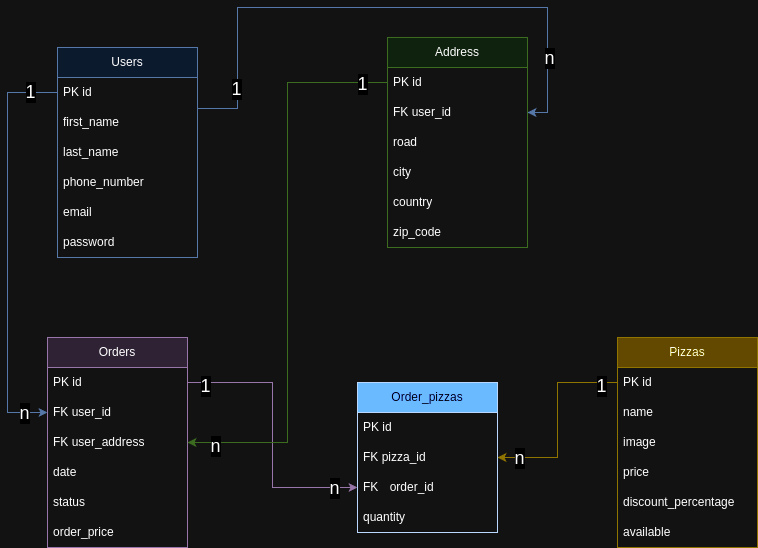
The draw.io diagram .github/db_pizzeria.png in Francescodc92/pizzeria-backend-laravel-11, before a commit. Source tidied: cells renumbered, new cells last; positions are measured from the earlier drawing's top-left corner, leaving out a move shared by most shapes.
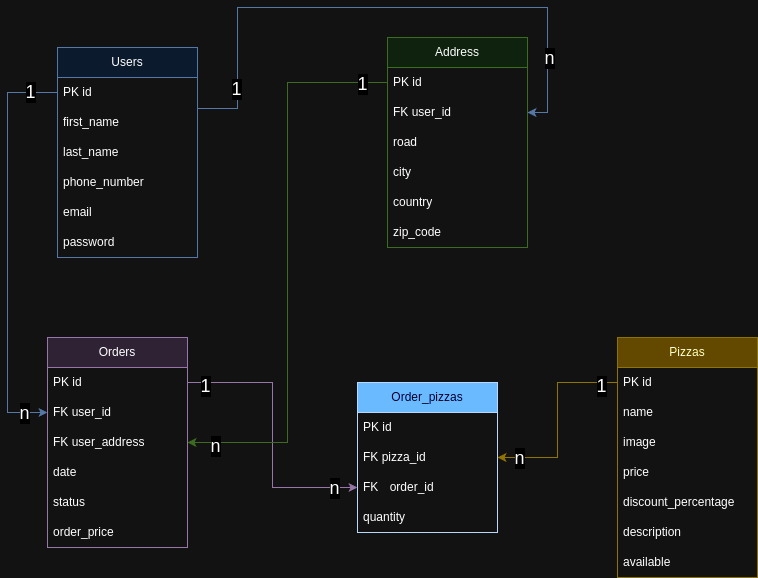
The same file after the commit.

Commit message:
refactor: change visualization show , add required to pizza description and fix general style

Change to the diagram source:
```diff
@@ -115,7 +115,7 @@
       <mxGeometry y="120" width="140" height="30" as="geometry" />
     </mxCell>
     <mxCell id="34" value="Pizzas" style="swimlane;fontStyle=0;horizontal=1;startSize=30;whiteSpace=wrap;html=1;fillColor=#e3c800;strokeColor=#B09500;fontColor=#000000;" parent="1" vertex="1">
-      <mxGeometry x="610" y="330" width="140" height="210" as="geometry" />
+      <mxGeometry x="610" y="330" width="140" height="240" as="geometry" />
     </mxCell>
     <mxCell id="35" value="PK id" style="text;strokeColor=none;fillColor=none;align=left;verticalAlign=middle;spacingLeft=4;spacingRight=4;overflow=hidden;points=[[0,0.5],[1,0.5]];portConstraint=eastwest;whiteSpace=wrap;html=1;" parent="34" vertex="1">
       <mxGeometry y="30" width="140" height="30" as="geometry" />
@@ -132,8 +132,11 @@
     <mxCell id="39" value="discount_percentage" style="text;strokeColor=none;fillColor=none;align=left;verticalAlign=middle;spacingLeft=4;spacingRight=4;overflow=hidden;whiteSpace=wrap;html=1;" parent="34" vertex="1">
       <mxGeometry y="150" width="140" height="30" as="geometry" />
     </mxCell>
+    <mxCell id="50" value="description" style="text;strokeColor=none;fillColor=none;align=left;verticalAlign=middle;spacingLeft=4;spacingRight=4;overflow=hidden;whiteSpace=wrap;html=1;" parent="34" vertex="1">
+      <mxGeometry y="180" width="140" height="30" as="geometry" />
+    </mxCell>
     <mxCell id="40" value="available" style="text;strokeColor=none;fillColor=none;align=left;verticalAlign=middle;spacingLeft=4;spacingRight=4;overflow=hidden;whiteSpace=wrap;html=1;" parent="34" vertex="1">
-      <mxGeometry y="180" width="140" height="30" as="geometry" />
+      <mxGeometry y="210" width="140" height="30" as="geometry" />
     </mxCell>
     <mxCell id="41" style="edgeStyle=orthogonalEdgeStyle;rounded=0;jettySize=auto;html=1;exitX=0;exitY=0.5;exitDx=0;exitDy=0;entryX=1;entryY=0.5;entryDx=0;entryDy=0;fillColor=#e3c800;strokeColor=#B09500;" parent="1" edge="1" source="35" target="31">
       <mxGeometry relative="1" as="geometry" />
```
